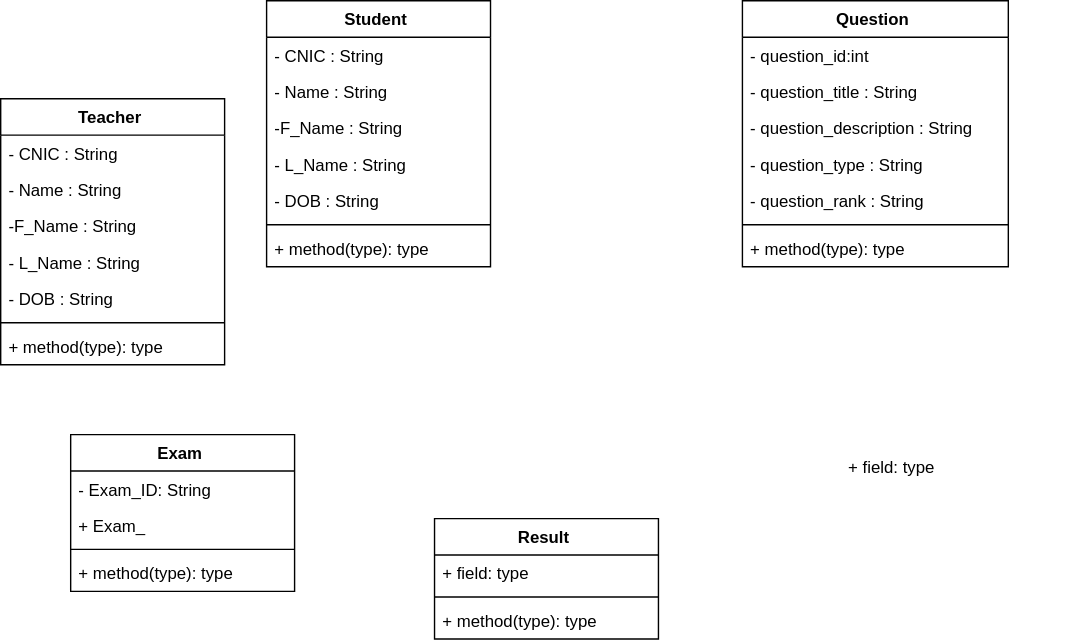
Above: Class Diagram.drawio.svg in Zaeem6100/FYP-Documents (draw.io), before the change. Source tidied: cells renumbered, new cells last; positions are measured from the earlier drawing's top-left corner, leaving out a move shared by most shapes.
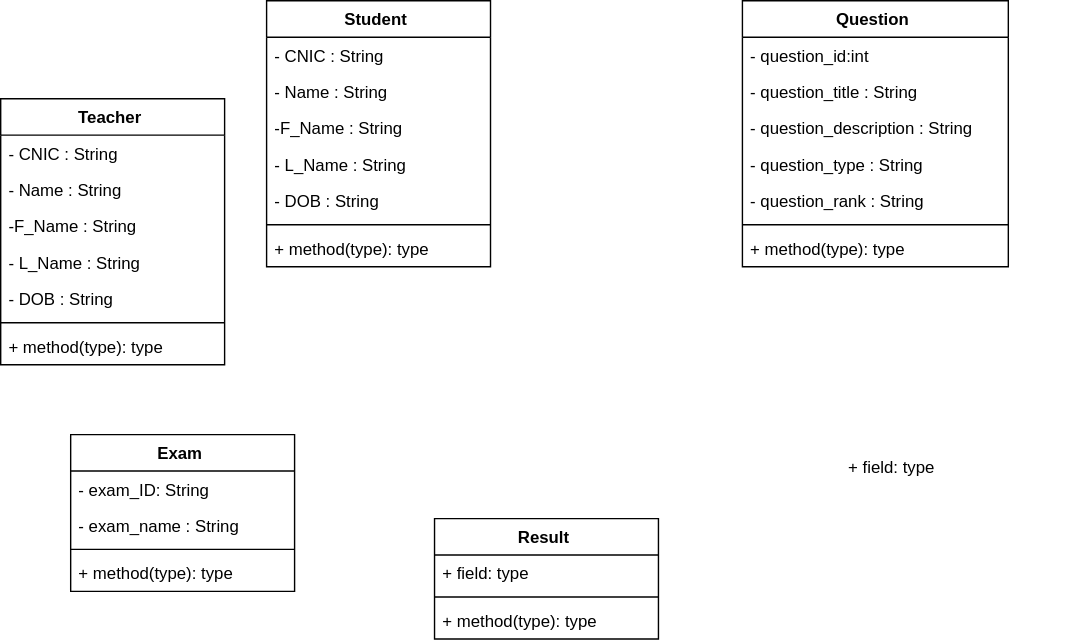
Later version of the same file.

Change to the diagram source:
```diff
@@ -56,10 +56,10 @@
     <mxCell id="19" value="Exam " style="swimlane;fontStyle=1;align=center;verticalAlign=top;horizontal=1;startSize=26;" parent="1" vertex="1">
       <mxGeometry x="50" y="310" width="160" height="112" as="geometry" />
     </mxCell>
-    <mxCell id="20" value="- Exam_ID: String" style="text;strokeColor=none;fillColor=none;align=left;verticalAlign=top;spacingLeft=4;spacingRight=4;overflow=hidden;" parent="19" vertex="1">
+    <mxCell id="20" value="- exam_ID: String" style="text;strokeColor=none;fillColor=none;align=left;verticalAlign=top;spacingLeft=4;spacingRight=4;overflow=hidden;" parent="19" vertex="1">
       <mxGeometry y="26" width="160" height="26" as="geometry" />
     </mxCell>
-    <mxCell id="21" value="+ Exam_" style="text;strokeColor=none;fillColor=none;align=left;verticalAlign=top;spacingLeft=4;spacingRight=4;overflow=hidden;" parent="19" vertex="1">
+    <mxCell id="21" value="- exam_name : String" style="text;strokeColor=none;fillColor=none;align=left;verticalAlign=top;spacingLeft=4;spacingRight=4;overflow=hidden;" parent="19" vertex="1">
       <mxGeometry y="52" width="160" height="26" as="geometry" />
     </mxCell>
     <mxCell id="22" style="line;strokeWidth=1;fillColor=none;align=left;verticalAlign=middle;spacingTop=-1;spacingLeft=3;spacingRight=3;labelPosition=right;" parent="19" vertex="1">
```
